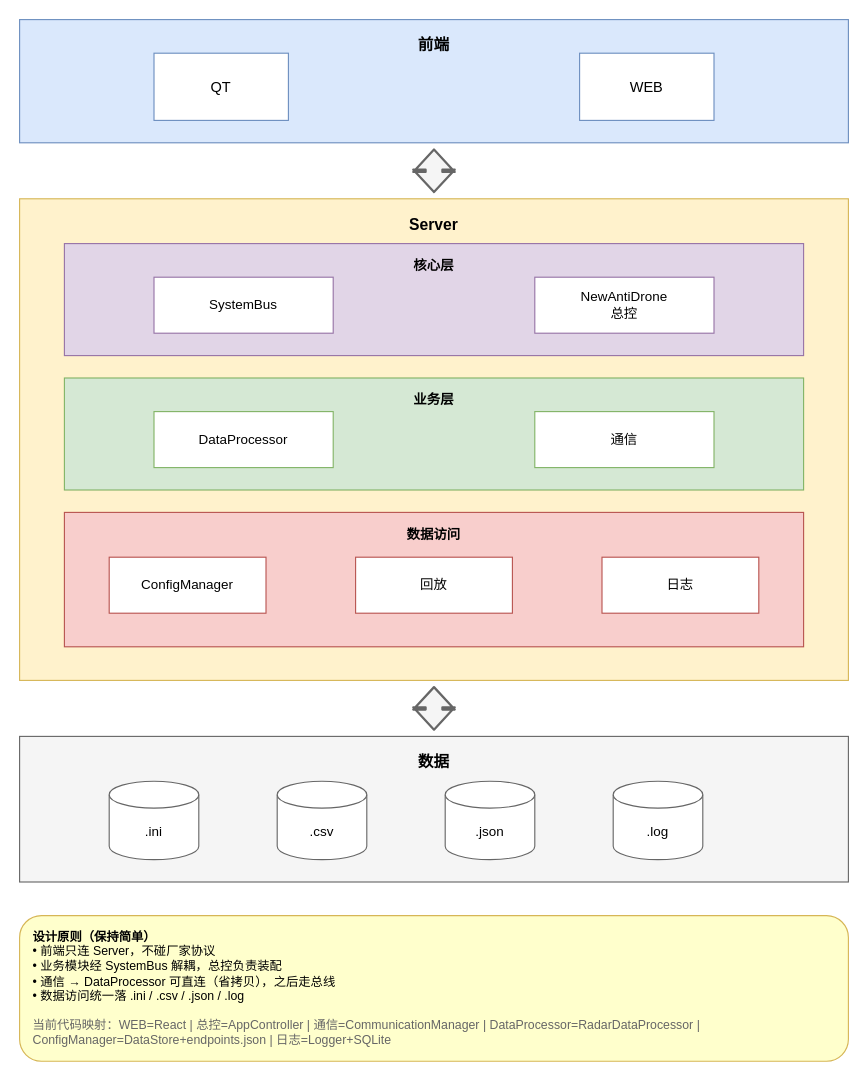
Above: doc/系统架构.drawio in YoungL524/newAnti_arch (draw.io), before the change. Source tidied: cells renumbered, new cells numbered last; positions are measured from the earlier drawing's top-left corner, leaving out a move shared by most shapes. Both pictures are drawn from the tidied source at 112%, with x=0, y=0 at pixel (19, 19).
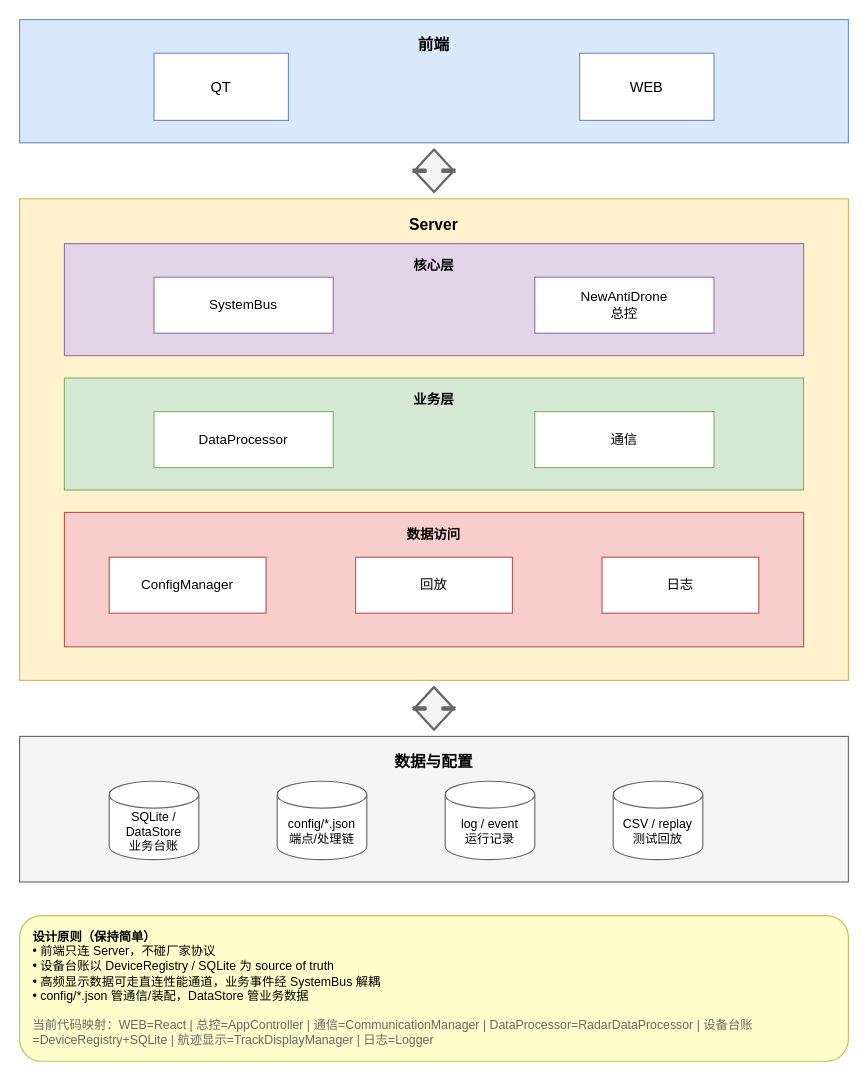
The same diagram, later.

Commit message (it also covers changes not shown here):
codex修改完架构图并重新写了review文档

What changed in the source:
```diff
@@
-    <mxCell id="18" value="数据" style="rounded=0;whiteSpace=wrap;html=1;fillColor=#f5f5f5;strokeColor=#666666;fontStyle=1;fontSize=14;verticalAlign=top;spacingTop=8;" parent="1" vertex="1">
+    <mxCell id="18" value="数据与配置" style="rounded=0;whiteSpace=wrap;html=1;fillColor=#f5f5f5;strokeColor=#666666;fontStyle=1;fontSize=14;verticalAlign=top;spacingTop=8;" parent="1" vertex="1">
       <mxGeometry y="640" width="740" height="130" as="geometry" />
     </mxCell>
-    <mxCell id="19" value=".ini" style="shape=cylinder3;whiteSpace=wrap;html=1;boundedLbl=1;backgroundOutline=1;size=12;fillColor=#ffffff;strokeColor=#666666;fontSize=12;" parent="1" vertex="1">
+    <mxCell id="19" value="SQLite / DataStore&#10;业务台账" style="shape=cylinder3;whiteSpace=wrap;html=1;boundedLbl=1;backgroundOutline=1;size=12;fillColor=#ffffff;strokeColor=#666666;fontSize=11;" parent="1" vertex="1">
       <mxGeometry x="80" y="680" width="80" height="70" as="geometry" />
     </mxCell>
-    <mxCell id="20" value=".csv" style="shape=cylinder3;whiteSpace=wrap;html=1;boundedLbl=1;backgroundOutline=1;size=12;fillColor=#ffffff;strokeColor=#666666;fontSize=12;" parent="1" vertex="1">
+    <mxCell id="20" value="config/*.json&#10;端点/处理链" style="shape=cylinder3;whiteSpace=wrap;html=1;boundedLbl=1;backgroundOutline=1;size=12;fillColor=#ffffff;strokeColor=#666666;fontSize=11;" parent="1" vertex="1">
       <mxGeometry x="230" y="680" width="80" height="70" as="geometry" />
     </mxCell>
-    <mxCell id="21" value=".json" style="shape=cylinder3;whiteSpace=wrap;html=1;boundedLbl=1;backgroundOutline=1;size=12;fillColor=#ffffff;strokeColor=#666666;fontSize=12;" parent="1" vertex="1">
+    <mxCell id="21" value="log / event&#10;运行记录" style="shape=cylinder3;whiteSpace=wrap;html=1;boundedLbl=1;backgroundOutline=1;size=12;fillColor=#ffffff;strokeColor=#666666;fontSize=11;" parent="1" vertex="1">
       <mxGeometry x="380" y="680" width="80" height="70" as="geometry" />
     </mxCell>
-    <mxCell id="22" value=".log" style="shape=cylinder3;whiteSpace=wrap;html=1;boundedLbl=1;backgroundOutline=1;size=12;fillColor=#ffffff;strokeColor=#666666;fontSize=12;" parent="1" vertex="1">
+    <mxCell id="22" value="CSV / replay&#10;测试回放" style="shape=cylinder3;whiteSpace=wrap;html=1;boundedLbl=1;backgroundOutline=1;size=12;fillColor=#ffffff;strokeColor=#666666;fontSize=11;" parent="1" vertex="1">
       <mxGeometry x="530" y="680" width="80" height="70" as="geometry" />
     </mxCell>
-    <mxCell id="23" value="&lt;b&gt;设计原则（保持简单）&lt;/b&gt;&lt;br&gt;• 前端只连 Server，不碰厂家协议&lt;br&gt;• 业务模块经 SystemBus 解耦，总控负责装配&lt;br&gt;• 通信 → DataProcessor 可直连（省拷贝），之后走总线&lt;br&gt;• 数据访问统一落 .ini / .csv / .json / .log&lt;br&gt;&lt;br&gt;&lt;font color=&quot;#666666&quot;&gt;当前代码映射：WEB=React | 总控=AppController | 通信=CommunicationManager | DataProcessor=RadarDataProcessor | ConfigManager=DataStore+endpoints.json | 日志=Logger+SQLite&lt;/font&gt;" style="rounded=1;whiteSpace=wrap;html=1;fillColor=#ffffcc;strokeColor=#d6b656;align=left;spacingLeft=10;spacingTop=6;fontSize=11;verticalAlign=top;" parent="1" vertex="1">
+    <mxCell id="23" value="&lt;b&gt;设计原则（保持简单）&lt;/b&gt;&lt;br&gt;• 前端只连 Server，不碰厂家协议&lt;br&gt;• 设备台账以 DeviceRegistry / SQLite 为 source of truth&lt;br&gt;• 高频显示数据可走直连性能通道，业务事件经 SystemBus 解耦&lt;br&gt;• config/*.json 管通信/装配，DataStore 管业务数据&lt;br&gt;&lt;br&gt;&lt;font color=&quot;#666666&quot;&gt;当前代码映射：WEB=React | 总控=AppController | 通信=CommunicationManager | DataProcessor=RadarDataProcessor | 设备台账=DeviceRegistry+SQLite | 航迹显示=TrackDisplayManager | 日志=Logger&lt;/font&gt;" style="rounded=1;whiteSpace=wrap;html=1;fillColor=#ffffcc;strokeColor=#d6b656;align=left;spacingLeft=10;spacingTop=6;fontSize=11;verticalAlign=top;" parent="1" vertex="1">
       <mxGeometry y="800" width="740" height="130" as="geometry" />
     </mxCell>
```
